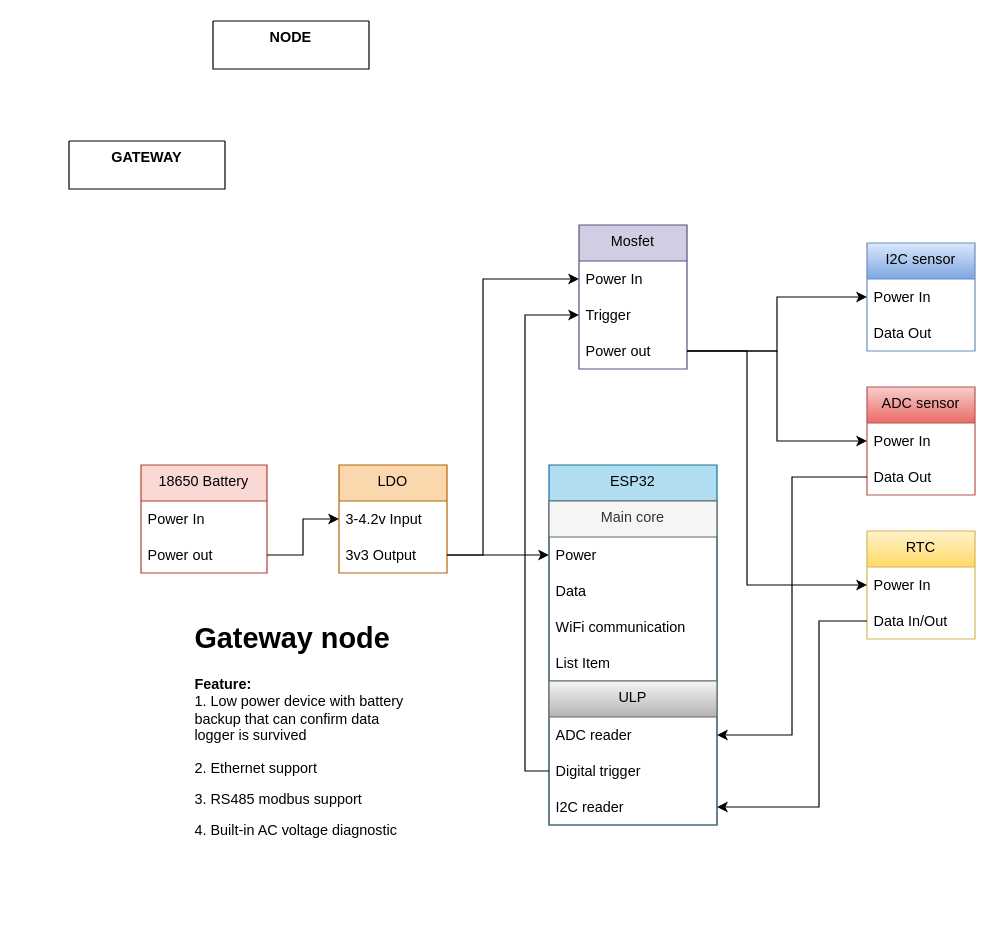
Before: page "Page-1" (1 of 2) of Untitled Diagram.drawio in tdnet12434/using_markers, a draw.io diagram. Source tidied: cells renumbered, new cells numbered last; positions are measured from the earlier drawing's top-left corner, leaving out a move shared by most shapes. Both pictures are drawn from the tidied source at 120%, with x=0, y=0 at pixel (68, 20).
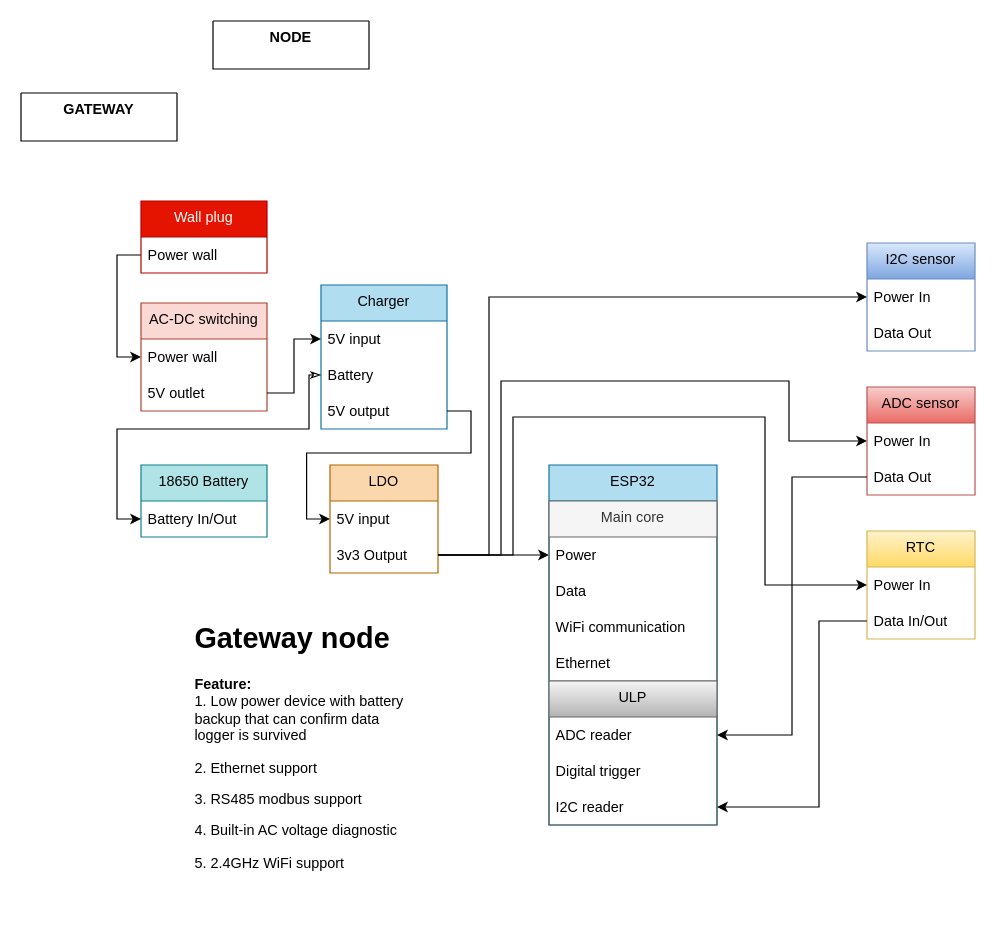
The same diagram, later.

Commit message:
Gateway implementing

Unchanged cells that the change refers to:
```xml
<mxCell id="5" value="Power In" style="text;strokeColor=none;fillColor=none;align=left;verticalAlign=middle;spacingLeft=4;spacingRight=4;overflow=hidden;points=[[0,0.5],[1,0.5]];portConstraint=eastwest;" parent="4" vertex="1">
  <mxGeometry y="30" width="90" height="30" as="geometry" />
</mxCell>
<mxCell id="9" value="3v3 Output" style="text;strokeColor=none;fillColor=none;align=left;verticalAlign=middle;spacingLeft=4;spacingRight=4;overflow=hidden;points=[[0,0.5],[1,0.5]];portConstraint=eastwest;" parent="7" vertex="1">
  <mxGeometry y="60" width="90" height="30" as="geometry" />
</mxCell>
<mxCell id="14" value="Power In" style="text;strokeColor=none;fillColor=none;align=left;verticalAlign=middle;spacingLeft=4;spacingRight=4;overflow=hidden;points=[[0,0.5],[1,0.5]];portConstraint=eastwest;" parent="13" vertex="1">
  <mxGeometry y="30" width="90" height="30" as="geometry" />
</mxCell>
<mxCell id="17" value="Power In" style="text;strokeColor=none;fillColor=none;align=left;verticalAlign=middle;spacingLeft=4;spacingRight=4;overflow=hidden;points=[[0,0.5],[1,0.5]];portConstraint=eastwest;" parent="16" vertex="1">
  <mxGeometry y="30" width="90" height="30" as="geometry" />
</mxCell>
<mxCell id="29" value="Main core" style="swimlane;fontStyle=0;horizontal=1;startSize=30;verticalAlign=top;fillColor=#f5f5f5;fontColor=#333333;strokeColor=#666666;" parent="28" vertex="1">
  <mxGeometry y="30" width="140" height="150" as="geometry" />
</mxCell>
<mxCell id="36" value="Digital trigger" style="text;strokeColor=none;fillColor=none;align=left;verticalAlign=middle;spacingLeft=4;spacingRight=4;overflow=hidden;points=[[0,0.5],[1,0.5]];portConstraint=eastwest;" parent="34" vertex="1">
  <mxGeometry y="60" width="140" height="30" as="geometry" />
</mxCell>
```

Diff of the diagram source:
```diff
@@
     <mxCell id="3" value="GATEWAY" style="swimlane;startSize=0;verticalAlign=top;" parent="1" vertex="1" collapsed="1">
-      <mxGeometry y="100" width="130" height="40" as="geometry" />
+      <mxGeometry x="-40" y="60" width="130" height="40" as="geometry" />
     </mxCell>
@@
     <mxCell id="7" value="LDO" style="swimlane;fontStyle=0;horizontal=1;startSize=30;verticalAlign=top;fillColor=#fad7ac;strokeColor=#b46504;" parent="1" vertex="1">
-      <mxGeometry x="225" y="370" width="90" height="90" as="geometry" />
+      <mxGeometry x="217.5" y="370" width="90" height="90" as="geometry" />
     </mxCell>
-    <mxCell id="8" value="3-4.2v Input" style="text;strokeColor=none;fillColor=none;align=left;verticalAlign=middle;spacingLeft=4;spacingRight=4;overflow=hidden;points=[[0,0.5],[1,0.5]];portConstraint=eastwest;" parent="7" vertex="1">
+    <mxCell id="8" value="5V input" style="text;strokeColor=none;fillColor=none;align=left;verticalAlign=middle;spacingLeft=4;spacingRight=4;overflow=hidden;points=[[0,0.5],[1,0.5]];portConstraint=eastwest;" parent="7" vertex="1">
       <mxGeometry y="30" width="90" height="30" as="geometry" />
     </mxCell>
@@
-    <mxCell id="10" value="18650 Battery" style="swimlane;fontStyle=0;horizontal=1;startSize=30;verticalAlign=top;fillColor=#fad9d5;strokeColor=#ae4132;" parent="1" vertex="1">
-      <mxGeometry x="60" y="370" width="105" height="90" as="geometry" />
+    <mxCell id="10" value="18650 Battery" style="swimlane;fontStyle=0;horizontal=1;startSize=30;verticalAlign=top;fillColor=#b0e3e6;strokeColor=#0e8088;" parent="1" vertex="1">
+      <mxGeometry x="60" y="370" width="105" height="60" as="geometry" />
     </mxCell>
-    <mxCell id="11" value="Power In" style="text;strokeColor=none;fillColor=none;align=left;verticalAlign=middle;spacingLeft=4;spacingRight=4;overflow=hidden;" parent="10" vertex="1">
-      <mxGeometry y="30" width="105" height="30" as="geometry" />
-    </mxCell>
-    <mxCell id="12" value="Power out" style="text;strokeColor=none;fillColor=none;align=left;verticalAlign=middle;spacingLeft=4;spacingRight=4;overflow=hidden;points=[[0,0.5],[1,0.5]];portConstraint=eastwest;" parent="10" vertex="1">
-      <mxGeometry y="60" width="105" height="30" as="geometry" />
+    <mxCell id="12" value="Battery In/Out" style="text;strokeColor=none;fillColor=none;align=left;verticalAlign=middle;spacingLeft=4;spacingRight=4;overflow=hidden;points=[[0,0.5],[1,0.5]];portConstraint=eastwest;" parent="10" vertex="1">
+      <mxGeometry y="30" width="105" height="30" as="geometry" />
     </mxCell>
@@
-    <mxCell id="19" style="edgeStyle=orthogonalEdgeStyle;rounded=0;jettySize=auto;html=1;entryX=0;entryY=0.5;entryDx=0;entryDy=0;" parent="1" edge="1" source="12" target="8">
-      <mxGeometry relative="1" as="geometry" />
-    </mxCell>
-    <mxCell id="20" value="Mosfet" style="swimlane;fontStyle=0;horizontal=1;startSize=30;verticalAlign=top;fillColor=#d0cee2;strokeColor=#56517e;" parent="1" vertex="1">
-      <mxGeometry x="425" y="170" width="90" height="120" as="geometry" />
-    </mxCell>
-    <mxCell id="21" value="Power In" style="text;strokeColor=none;fillColor=none;align=left;verticalAlign=middle;spacingLeft=4;spacingRight=4;overflow=hidden;points=[[0,0.5],[1,0.5]];portConstraint=eastwest;" parent="20" vertex="1">
-      <mxGeometry y="30" width="90" height="30" as="geometry" />
-    </mxCell>
-    <mxCell id="22" value="Trigger" style="text;strokeColor=none;fillColor=none;align=left;verticalAlign=middle;spacingLeft=4;spacingRight=4;overflow=hidden;points=[[0,0.5],[1,0.5]];portConstraint=eastwest;" parent="20" vertex="1">
-      <mxGeometry y="60" width="90" height="30" as="geometry" />
-    </mxCell>
-    <mxCell id="23" value="Power out" style="text;strokeColor=none;fillColor=none;align=left;verticalAlign=middle;spacingLeft=4;spacingRight=4;overflow=hidden;points=[[0,0.5],[1,0.5]];portConstraint=eastwest;" parent="20" vertex="1">
-      <mxGeometry y="90" width="90" height="30" as="geometry" />
-    </mxCell>
-    <mxCell id="24" style="edgeStyle=orthogonalEdgeStyle;rounded=0;jettySize=auto;html=1;exitX=1;exitY=0.5;exitDx=0;exitDy=0;" parent="1" edge="1" source="23" target="17">
-      <mxGeometry relative="1" as="geometry" />
-    </mxCell>
-    <mxCell id="25" style="edgeStyle=orthogonalEdgeStyle;rounded=0;jettySize=auto;html=1;exitX=1;exitY=0.5;exitDx=0;exitDy=0;entryX=0;entryY=0.5;entryDx=0;entryDy=0;" parent="1" edge="1" source="23" target="14">
-      <mxGeometry relative="1" as="geometry" />
-    </mxCell>
-    <mxCell id="26" style="edgeStyle=orthogonalEdgeStyle;rounded=0;jettySize=auto;html=1;exitX=1;exitY=0.5;exitDx=0;exitDy=0;" parent="1" edge="1" source="23" target="5">
-      <mxGeometry relative="1" as="geometry">
-        <Array as="points">
-          <mxPoint x="565" y="275" />
-          <mxPoint x="565" y="470" />
-        </Array>
-      </mxGeometry>
-    </mxCell>
@@
-    <mxCell id="33" value="List Item" style="text;strokeColor=none;fillColor=none;align=left;verticalAlign=middle;spacingLeft=4;spacingRight=4;overflow=hidden;" parent="29" vertex="1">
+    <mxCell id="33" value="Ethernet" style="text;strokeColor=none;fillColor=none;align=left;verticalAlign=middle;spacingLeft=4;spacingRight=4;overflow=hidden;" parent="29" vertex="1">
       <mxGeometry y="120" width="140" height="30" as="geometry" />
     </mxCell>
@@
-    <mxCell id="38" style="edgeStyle=orthogonalEdgeStyle;rounded=0;jettySize=auto;html=1;exitX=1;exitY=0.5;exitDx=0;exitDy=0;entryX=0;entryY=0.5;entryDx=0;entryDy=0;" parent="1" edge="1" source="9" target="21">
-      <mxGeometry relative="1" as="geometry">
-        <Array as="points">
-          <mxPoint x="345" y="445" />
-          <mxPoint x="345" y="215" />
-        </Array>
-      </mxGeometry>
-    </mxCell>
-    <mxCell id="39" style="edgeStyle=orthogonalEdgeStyle;rounded=0;jettySize=auto;html=1;entryX=0;entryY=0.5;entryDx=0;entryDy=0;" parent="1" edge="1" source="36" target="22">
-      <mxGeometry relative="1" as="geometry" />
-    </mxCell>
@@
-    <mxCell id="42" value="&lt;h1&gt;Gateway node&lt;/h1&gt;&lt;p&gt;&lt;b&gt;Feature:&amp;nbsp;&lt;/b&gt;&lt;br&gt;1. Low power device with battery backup that can confirm data logger is survived&lt;br&gt;&lt;/p&gt;&lt;p&gt;2. Ethernet support&lt;/p&gt;&lt;p&gt;3. RS485 modbus support&lt;/p&gt;&lt;p&gt;4. Built-in AC voltage&amp;nbsp;diagnostic&lt;/p&gt;" style="text;html=1;strokeColor=none;fillColor=none;spacing=5;spacingTop=-20;whiteSpace=wrap;overflow=hidden;rounded=0;verticalAlign=top;" parent="1" vertex="1">
-      <mxGeometry x="100" y="495" width="190" height="200" as="geometry" />
+    <mxCell id="42" value="&lt;h1&gt;Gateway node&lt;/h1&gt;&lt;p&gt;&lt;b&gt;Feature:&amp;nbsp;&lt;/b&gt;&lt;br&gt;1. Low power device with battery backup that can confirm data logger is survived&lt;br&gt;&lt;/p&gt;&lt;p&gt;2. Ethernet support&lt;/p&gt;&lt;p&gt;3. RS485 modbus support&lt;/p&gt;&lt;p&gt;4. Built-in AC voltage&amp;nbsp;diagnostic&lt;/p&gt;&lt;p&gt;5. 2.4GHz WiFi support&lt;/p&gt;" style="text;html=1;strokeColor=none;fillColor=none;spacing=5;spacingTop=-20;whiteSpace=wrap;overflow=hidden;rounded=0;verticalAlign=top;" parent="1" vertex="1">
+      <mxGeometry x="100" y="495" width="190" height="255" as="geometry" />
     </mxCell>
+    <mxCell id="43" value="AC-DC switching" style="swimlane;fontStyle=0;horizontal=1;startSize=30;verticalAlign=top;fillColor=#fad9d5;strokeColor=#ae4132;" parent="1" vertex="1">
+      <mxGeometry x="60" y="235" width="105" height="90" as="geometry" />
+    </mxCell>
+    <mxCell id="44" value="Power wall" style="text;strokeColor=none;fillColor=none;align=left;verticalAlign=middle;spacingLeft=4;spacingRight=4;overflow=hidden;points=[[0,0.5],[1,0.5]];portConstraint=eastwest;" parent="43" vertex="1">
+      <mxGeometry y="30" width="105" height="30" as="geometry" />
+    </mxCell>
+    <mxCell id="45" value="5V outlet" style="text;strokeColor=none;fillColor=none;align=left;verticalAlign=middle;spacingLeft=4;spacingRight=4;overflow=hidden;points=[[0,0.5],[1,0.5]];portConstraint=eastwest;" parent="43" vertex="1">
+      <mxGeometry y="60" width="105" height="30" as="geometry" />
+    </mxCell>
+    <mxCell id="46" style="edgeStyle=orthogonalEdgeStyle;rounded=0;jettySize=auto;html=1;exitX=0;exitY=0.75;exitDx=0;exitDy=0;entryX=0;entryY=0.5;entryDx=0;entryDy=0;" parent="1" edge="1" source="47" target="44">
+      <mxGeometry relative="1" as="geometry" />
+    </mxCell>
+    <mxCell id="47" value="Wall plug" style="swimlane;fontStyle=0;horizontal=1;startSize=30;verticalAlign=top;fillColor=#e51400;strokeColor=#B20000;fontColor=#ffffff;" parent="1" vertex="1">
+      <mxGeometry x="60" y="150" width="105" height="60" as="geometry" />
+    </mxCell>
+    <mxCell id="48" value="Power wall" style="text;strokeColor=none;fillColor=none;align=left;verticalAlign=middle;spacingLeft=4;spacingRight=4;overflow=hidden;" parent="47" vertex="1">
+      <mxGeometry y="30" width="105" height="30" as="geometry" />
+    </mxCell>
+    <mxCell id="49" value="Charger" style="swimlane;fontStyle=0;horizontal=1;startSize=30;verticalAlign=top;fillColor=#b1ddf0;strokeColor=#10739e;" parent="1" vertex="1">
+      <mxGeometry x="210" y="220" width="105" height="120" as="geometry" />
+    </mxCell>
+    <mxCell id="50" value="5V input" style="text;strokeColor=none;fillColor=none;align=left;verticalAlign=middle;spacingLeft=4;spacingRight=4;overflow=hidden;points=[[0,0.5],[1,0.5]];portConstraint=eastwest;" parent="49" vertex="1">
+      <mxGeometry y="30" width="105" height="30" as="geometry" />
+    </mxCell>
+    <mxCell id="51" value="Battery" style="text;strokeColor=none;fillColor=none;align=left;verticalAlign=middle;spacingLeft=4;spacingRight=4;overflow=hidden;points=[[0,0.5],[1,0.5]];portConstraint=eastwest;" parent="49" vertex="1">
+      <mxGeometry y="60" width="105" height="30" as="geometry" />
+    </mxCell>
+    <mxCell id="52" value="5V output" style="text;strokeColor=none;fillColor=none;align=left;verticalAlign=middle;spacingLeft=4;spacingRight=4;overflow=hidden;points=[[0,0.5],[1,0.5]];portConstraint=eastwest;" parent="49" vertex="1">
+      <mxGeometry y="90" width="105" height="30" as="geometry" />
+    </mxCell>
+    <mxCell id="53" style="edgeStyle=orthogonalEdgeStyle;rounded=0;jettySize=auto;html=1;exitX=1;exitY=0.5;exitDx=0;exitDy=0;" parent="1" edge="1" source="45" target="50">
+      <mxGeometry relative="1" as="geometry" />
+    </mxCell>
+    <mxCell id="54" style="edgeStyle=orthogonalEdgeStyle;rounded=0;jettySize=auto;html=1;exitX=0;exitY=0.5;exitDx=0;exitDy=0;entryX=0;entryY=0.5;entryDx=0;entryDy=0;startArrow=classicThin;startFill=0;" parent="1" edge="1" source="51" target="12">
+      <mxGeometry relative="1" as="geometry">
+        <Array as="points">
+          <mxPoint x="200" y="295" />
+          <mxPoint x="200" y="340" />
+          <mxPoint x="40" y="340" />
+          <mxPoint x="40" y="415" />
+        </Array>
+      </mxGeometry>
+    </mxCell>
+    <mxCell id="55" style="edgeStyle=orthogonalEdgeStyle;rounded=0;jettySize=auto;html=1;exitX=1;exitY=0.5;exitDx=0;exitDy=0;entryX=0;entryY=0.5;entryDx=0;entryDy=0;" parent="1" edge="1" source="52" target="8">
+      <mxGeometry relative="1" as="geometry">
+        <Array as="points">
+          <mxPoint x="335" y="325" />
+          <mxPoint x="335" y="360" />
+          <mxPoint x="198" y="360" />
+          <mxPoint x="198" y="415" />
+        </Array>
+      </mxGeometry>
+    </mxCell>
+    <mxCell id="56" style="edgeStyle=orthogonalEdgeStyle;rounded=0;jettySize=auto;html=1;exitX=1;exitY=0.5;exitDx=0;exitDy=0;entryX=0;entryY=0.5;entryDx=0;entryDy=0;startArrow=none;startFill=0;" parent="1" edge="1" source="9" target="17">
+      <mxGeometry relative="1" as="geometry">
+        <Array as="points">
+          <mxPoint x="350" y="445" />
+          <mxPoint x="350" y="230" />
+        </Array>
+      </mxGeometry>
+    </mxCell>
+    <mxCell id="57" style="edgeStyle=orthogonalEdgeStyle;rounded=0;jettySize=auto;html=1;exitX=1;exitY=0.5;exitDx=0;exitDy=0;entryX=0;entryY=0.5;entryDx=0;entryDy=0;startArrow=none;startFill=0;" parent="1" edge="1" source="9" target="14">
+      <mxGeometry relative="1" as="geometry">
+        <Array as="points">
+          <mxPoint x="360" y="445" />
+          <mxPoint x="360" y="300" />
+          <mxPoint x="600" y="300" />
+          <mxPoint x="600" y="350" />
+        </Array>
+      </mxGeometry>
+    </mxCell>
+    <mxCell id="58" style="edgeStyle=orthogonalEdgeStyle;rounded=0;jettySize=auto;html=1;exitX=1;exitY=0.5;exitDx=0;exitDy=0;entryX=0;entryY=0.5;entryDx=0;entryDy=0;startArrow=none;startFill=0;" parent="1" edge="1" source="9" target="5">
+      <mxGeometry relative="1" as="geometry">
+        <Array as="points">
+          <mxPoint x="370" y="445" />
+          <mxPoint x="370" y="330" />
+          <mxPoint x="580" y="330" />
+          <mxPoint x="580" y="470" />
+        </Array>
+      </mxGeometry>
+    </mxCell>
```
